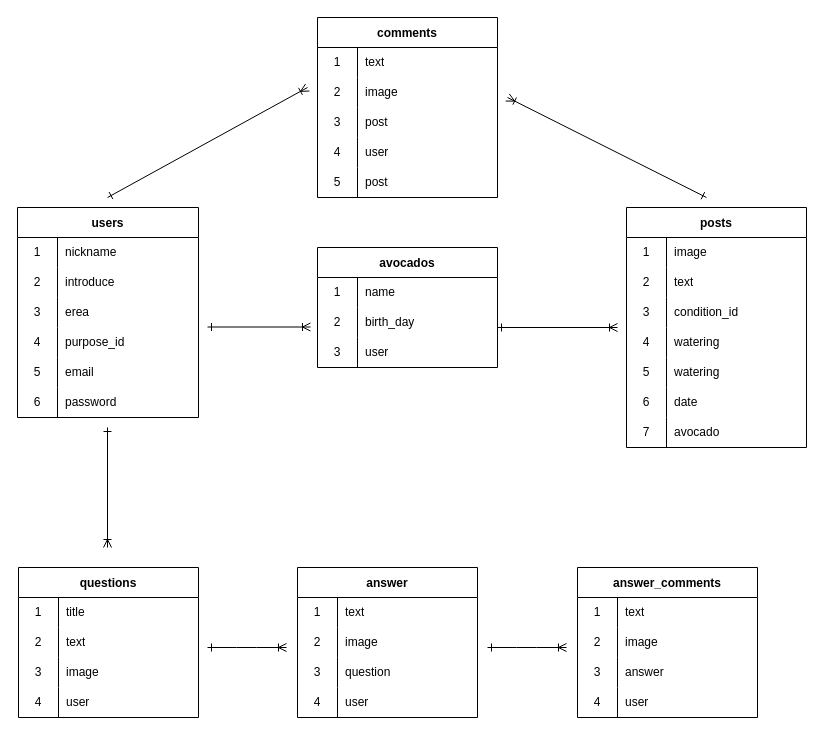
Before: db_create.dio in keei0920/avocado-circle, a draw.io diagram. Source tidied: cells renumbered, new cells numbered last; positions are measured from the earlier drawing's top-left corner, leaving out a move shared by most shapes. Both pictures are drawn from the tidied source at 100%, with x=0, y=0 at pixel (17, 17).
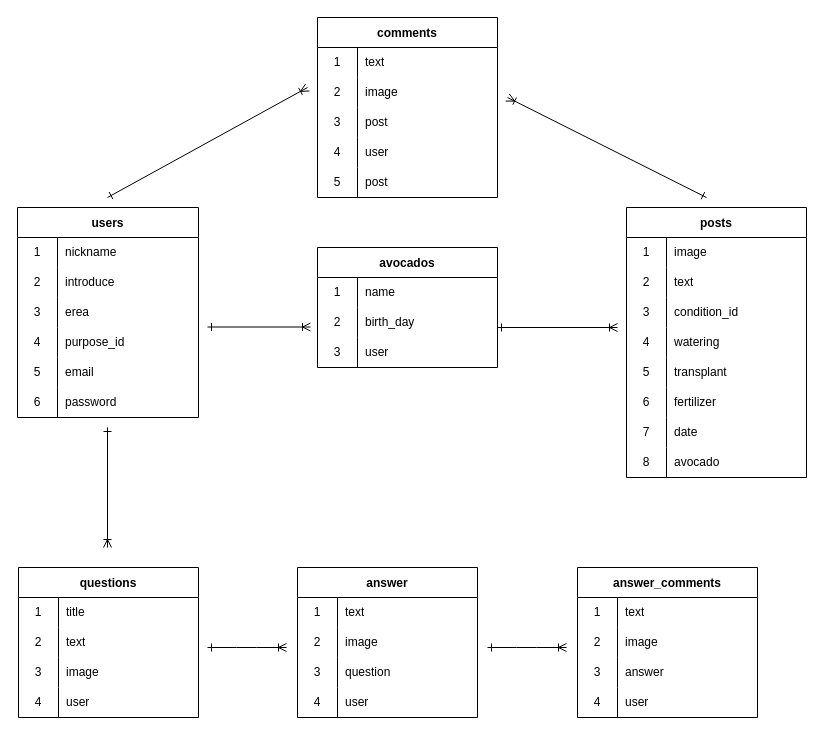
The same diagram, later.

Commit message:
DB設計の微調整

What changed in the source:
```diff
@@
     <mxCell id="31" value="posts" style="shape=table;startSize=30;childLayout=tableLayout;rowLines=0;fontStyle=1;" parent="1" vertex="1">
-      <mxGeometry x="609" y="190" width="180" height="240" as="geometry" />
+      <mxGeometry x="609" y="190" width="180" height="270" as="geometry" />
     </mxCell>
@@
+    <mxCell id="116" style="shape=tableRow;horizontal=0;startSize=0;swimlaneHead=0;swimlaneBody=0;top=0;left=0;bottom=0;right=0;fillColor=none;" parent="31" vertex="1">
+      <mxGeometry y="150" width="180" height="30" as="geometry" />
+    </mxCell>
+    <mxCell id="117" value="5" style="shape=partialRectangle;html=1;whiteSpace=wrap;fillColor=none;top=0;left=0;bottom=0;right=0;overflow=hidden;" parent="116" vertex="1">
+      <mxGeometry width="40" height="30" as="geometry" />
+    </mxCell>
+    <mxCell id="118" value="transplant" style="shape=partialRectangle;html=1;whiteSpace=wrap;fillColor=none;top=0;left=0;bottom=0;right=0;align=left;spacingLeft=6;overflow=hidden;" parent="116" vertex="1">
+      <mxGeometry x="40" width="140" height="30" as="geometry" />
+    </mxCell>
     <mxCell id="44" style="shape=tableRow;horizontal=0;startSize=0;swimlaneHead=0;swimlaneBody=0;top=0;left=0;bottom=0;right=0;fillColor=none;" parent="31" vertex="1">
-      <mxGeometry y="150" width="180" height="30" as="geometry" />
+      <mxGeometry y="180" width="180" height="30" as="geometry" />
     </mxCell>
-    <mxCell id="45" value="5" style="shape=partialRectangle;html=1;whiteSpace=wrap;fillColor=none;top=0;left=0;bottom=0;right=0;overflow=hidden;" parent="44" vertex="1">
+    <mxCell id="45" value="6" style="shape=partialRectangle;html=1;whiteSpace=wrap;fillColor=none;top=0;left=0;bottom=0;right=0;overflow=hidden;" parent="44" vertex="1">
       <mxGeometry width="40" height="30" as="geometry" />
     </mxCell>
-    <mxCell id="46" value="watering" style="shape=partialRectangle;html=1;whiteSpace=wrap;fillColor=none;top=0;left=0;bottom=0;right=0;align=left;spacingLeft=6;overflow=hidden;" parent="44" vertex="1">
+    <mxCell id="46" value="fertilizer" style="shape=partialRectangle;html=1;whiteSpace=wrap;fillColor=none;top=0;left=0;bottom=0;right=0;align=left;spacingLeft=6;overflow=hidden;" parent="44" vertex="1">
       <mxGeometry x="40" width="140" height="30" as="geometry" />
     </mxCell>
     <mxCell id="47" style="shape=tableRow;horizontal=0;startSize=0;swimlaneHead=0;swimlaneBody=0;top=0;left=0;bottom=0;right=0;fillColor=none;" parent="31" vertex="1">
-      <mxGeometry y="180" width="180" height="30" as="geometry" />
+      <mxGeometry y="210" width="180" height="30" as="geometry" />
     </mxCell>
-    <mxCell id="48" value="6" style="shape=partialRectangle;html=1;whiteSpace=wrap;fillColor=none;top=0;left=0;bottom=0;right=0;overflow=hidden;" parent="47" vertex="1">
+    <mxCell id="48" value="7" style="shape=partialRectangle;html=1;whiteSpace=wrap;fillColor=none;top=0;left=0;bottom=0;right=0;overflow=hidden;" parent="47" vertex="1">
       <mxGeometry width="40" height="30" as="geometry" />
     </mxCell>
@@
     <mxCell id="50" style="shape=tableRow;horizontal=0;startSize=0;swimlaneHead=0;swimlaneBody=0;top=0;left=0;bottom=0;right=0;fillColor=none;" parent="31" vertex="1">
-      <mxGeometry y="210" width="180" height="30" as="geometry" />
+      <mxGeometry y="240" width="180" height="30" as="geometry" />
     </mxCell>
-    <mxCell id="51" value="7" style="shape=partialRectangle;html=1;whiteSpace=wrap;fillColor=none;top=0;left=0;bottom=0;right=0;overflow=hidden;" parent="50" vertex="1">
+    <mxCell id="51" value="8" style="shape=partialRectangle;html=1;whiteSpace=wrap;fillColor=none;top=0;left=0;bottom=0;right=0;overflow=hidden;" parent="50" vertex="1">
       <mxGeometry width="40" height="30" as="geometry" />
     </mxCell>
```
